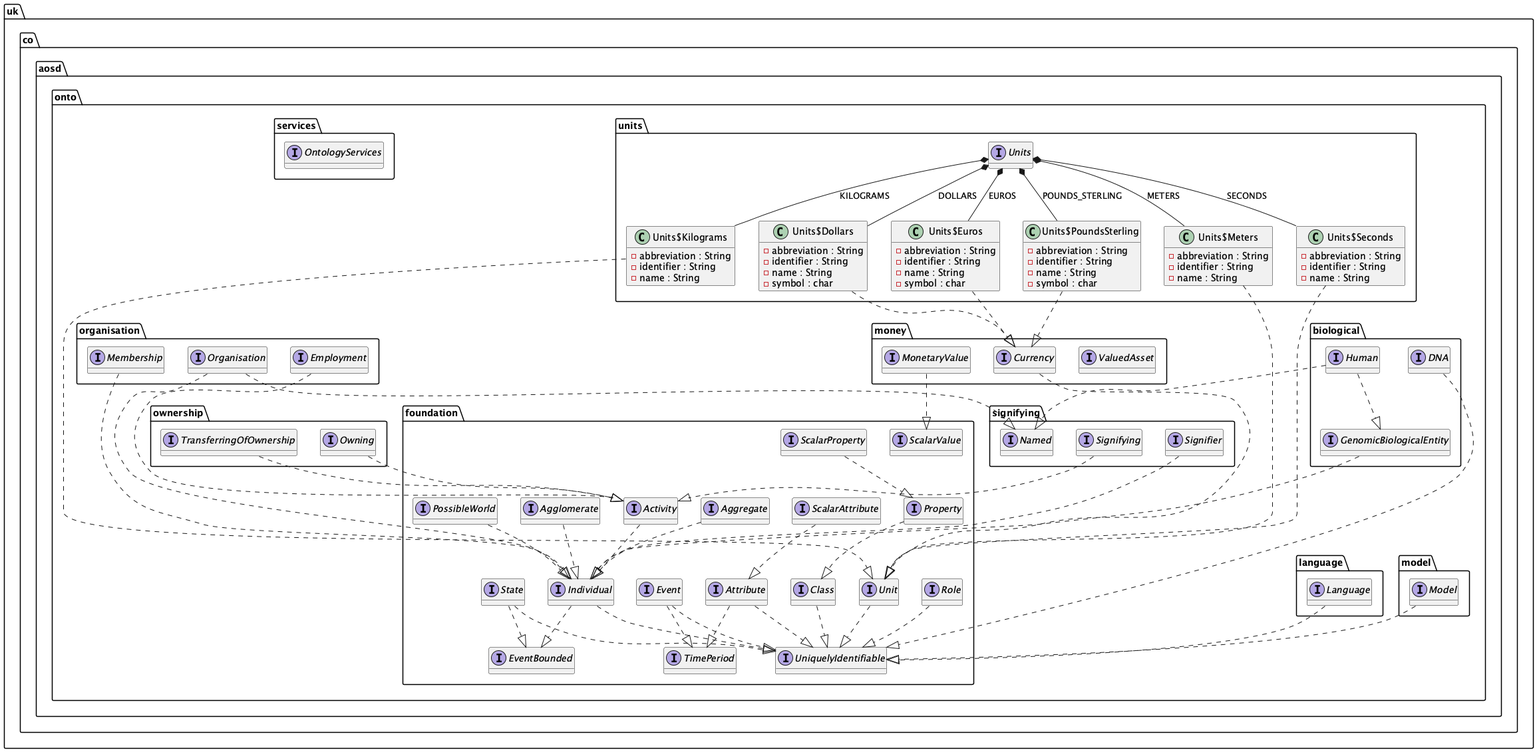
The PlantUML diagram diagrams/uml.png in twalmsley/FoundationOntology, before a commit.
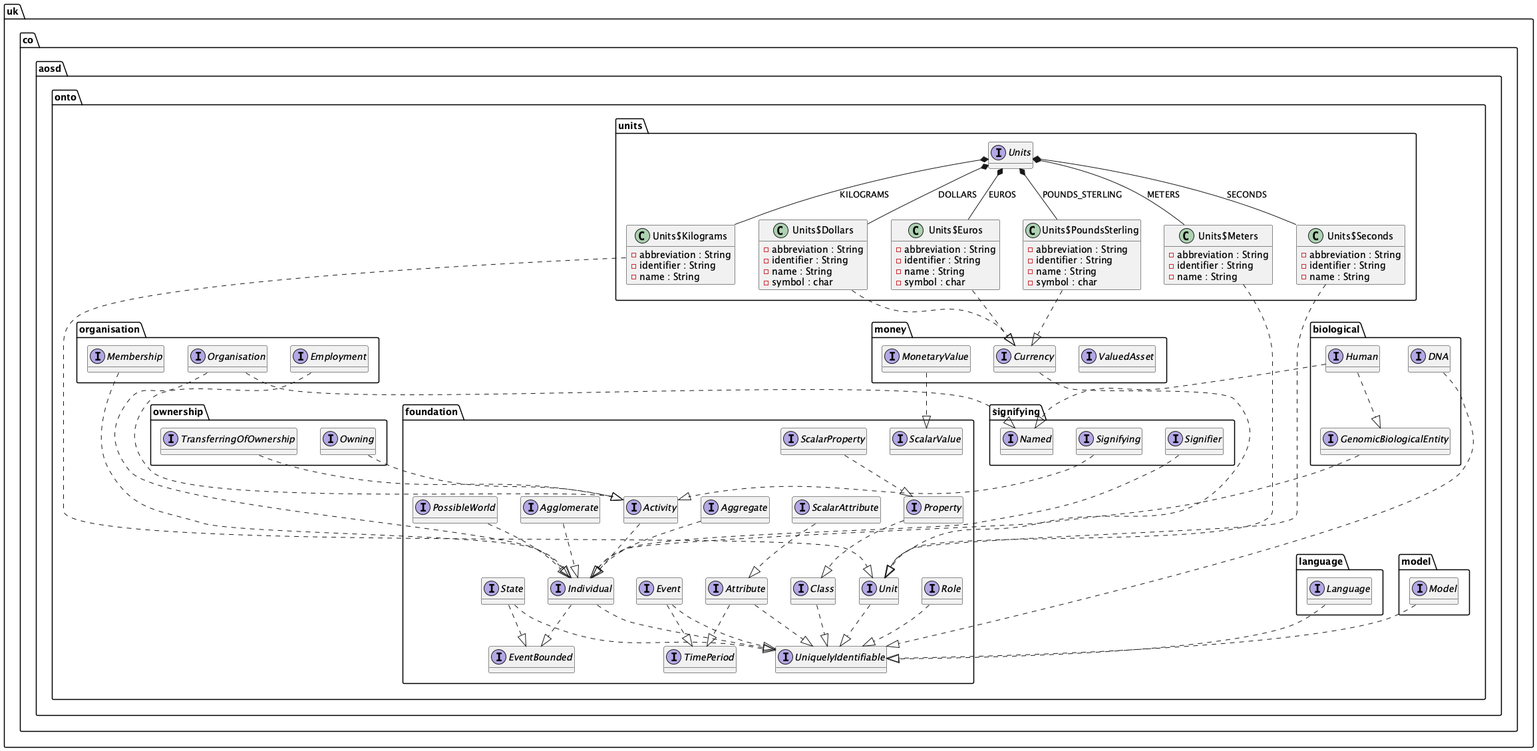
The same diagram one commit later.

Change to the diagram source:
```diff
@@ -173,27 +173,6 @@
 }
 
 
-interface uk.co.aosd.onto.services.OntologyServices {
-	{method}  {abstract} +createAgglomerate ( paramString1 : String , paramSet2 : java.util.Set , paramAggregated3 : uk.co.aosd.onto.events.Aggregated , paramDisaggregated4 : uk.co.aosd.onto.events.Disaggregated ) : uk.co.aosd.onto.foundation.Agglomerate
-	{method}  {abstract} +createAggregate ( paramString1 : String , paramClass2 : Class , paramScalarValue3 : uk.co.aosd.onto.foundation.ScalarValue , paramAggregated4 : uk.co.aosd.onto.events.Aggregated , paramDisaggregated5 : uk.co.aosd.onto.events.Disaggregated ) : uk.co.aosd.onto.foundation.Aggregate
-	{method}  {abstract} +createClass ( paramString1 : String , paramSet2 : java.util.Set ) : uk.co.aosd.onto.foundation.Class
-	{method}  {abstract} +createCurrency ( paramString1 : String , paramString2 : String , paramString3 : String , paramchar4 : char ) : uk.co.aosd.onto.money.Currency
-	{method}  {abstract} +createDna ( paramString1 : String , paramString2 : String ) : uk.co.aosd.onto.biological.DNA
-	{method}  {abstract} +createHuman ( paramString1 : String , paramBirth2 : uk.co.aosd.onto.events.Birth , paramDeath3 : uk.co.aosd.onto.events.Death , paramClass4 : uk.co.aosd.onto.foundation.Class , paramLanguage5 : uk.co.aosd.onto.language.Language , paramClass6 : uk.co.aosd.onto.foundation.Class , paramDNA7 : uk.co.aosd.onto.biological.DNA ) : uk.co.aosd.onto.biological.Human
-	{method}  {abstract} +createLanguage ( paramString1 : String , paramString2 : String ) : uk.co.aosd.onto.language.Language
-	{method}  {abstract} +createMembership ( paramString1 : String , paramHuman2 : uk.co.aosd.onto.biological.Human , paramRole3 : uk.co.aosd.onto.foundation.Role , paramAppointed4 : uk.co.aosd.onto.events.Appointed , paramRemoved5 : uk.co.aosd.onto.events.Removed ) : uk.co.aosd.onto.organisation.Membership
-	{method}  {abstract} +createModel ( paramString1 : String ) : uk.co.aosd.onto.model.Model
-	{method}  {abstract} +createMonetaryValue ( paramDecimal3f1 : org.decimal4j.immutable.Decimal3f , paramCurrency2 : uk.co.aosd.onto.money.Currency ) : uk.co.aosd.onto.money.MonetaryValue
-	{method}  {abstract} +createOrganisation ( paramString1 : String , paramClass2 : uk.co.aosd.onto.foundation.Class , paramString3 : String , paramClass4 : uk.co.aosd.onto.foundation.Class , paramClass5 : uk.co.aosd.onto.foundation.Class , paramFormed6 : uk.co.aosd.onto.events.Formed , paramDissolved7 : uk.co.aosd.onto.events.Dissolved ) : uk.co.aosd.onto.organisation.Organisation
-	{method}  {abstract} +createOwnership ( paramString1 : String , paramString2 : String , paramIndividual3 : uk.co.aosd.onto.foundation.Individual , paramIndividual4 : uk.co.aosd.onto.foundation.Individual , paramTransferredFrom5 : uk.co.aosd.onto.events.TransferredFrom , paramTransferredTo6 : uk.co.aosd.onto.events.TransferredTo ) : uk.co.aosd.onto.ownership.Owning
-	{method}  {abstract} +createPossibleWorld ( paramString1 : String , paramSet2 : java.util.Set , paramCreated3 : uk.co.aosd.onto.events.Created , paramDeleted4 : uk.co.aosd.onto.events.Deleted ) : uk.co.aosd.onto.foundation.PossibleWorld
-	{method}  {abstract} +createScalarValue ( paramNumber1 : Number , paramUnit2 : uk.co.aosd.onto.foundation.Unit ) : uk.co.aosd.onto.foundation.ScalarValue
-	{method}  {abstract} +createSignifier ( paramString1 : String , paramObject2 : Object , paramLanguage3 : uk.co.aosd.onto.language.Language , paramResignified4 : uk.co.aosd.onto.events.Resignified , paramResignified5 : uk.co.aosd.onto.events.Resignified ) : uk.co.aosd.onto.signifying.Signifier
-	{method}  {abstract} +createState ( paramString1 : String , paramIndividual2 : uk.co.aosd.onto.foundation.Individual , paramEvent3 : uk.co.aosd.onto.foundation.Event , paramEvent4 : uk.co.aosd.onto.foundation.Event ) : uk.co.aosd.onto.foundation.State
-	{method}  {abstract} +transferOwnership ( paramString1 : String , paramString2 : String , paramOwning3 : uk.co.aosd.onto.ownership.Owning , paramIndividual4 : uk.co.aosd.onto.foundation.Individual , paramStarted5 : uk.co.aosd.onto.events.Started , paramStopped6 : uk.co.aosd.onto.events.Stopped ) : uk.co.aosd.onto.ownership.TransferringOfOwnership
-}
-
-
 interface uk.co.aosd.onto.signifying.Named {
 	{method}  {abstract} +getNames () : uk.co.aosd.onto.foundation.Class
 }
```
